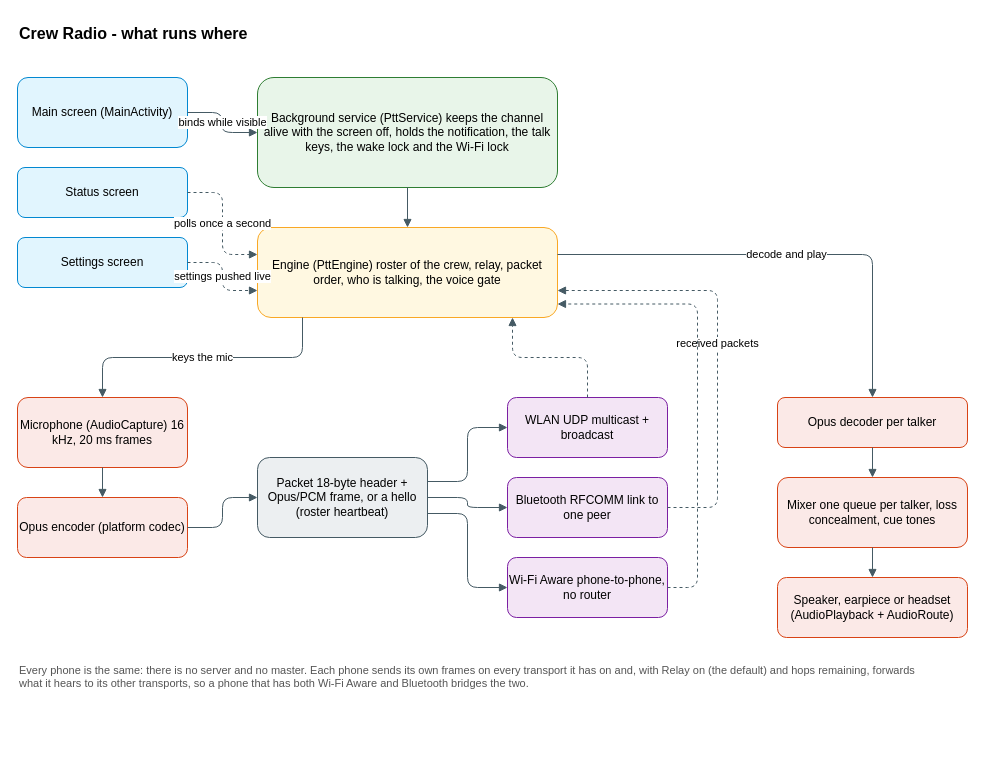
Before: docs/diagrams/architecture.drawio in KEGustafsson/crew-radio, a draw.io diagram. Source tidied: cells renumbered, new cells numbered last; positions are measured from the earlier drawing's top-left corner, leaving out a move shared by most shapes. Both pictures are drawn from the tidied source at 100%, with x=0, y=0 at pixel (17, 17).
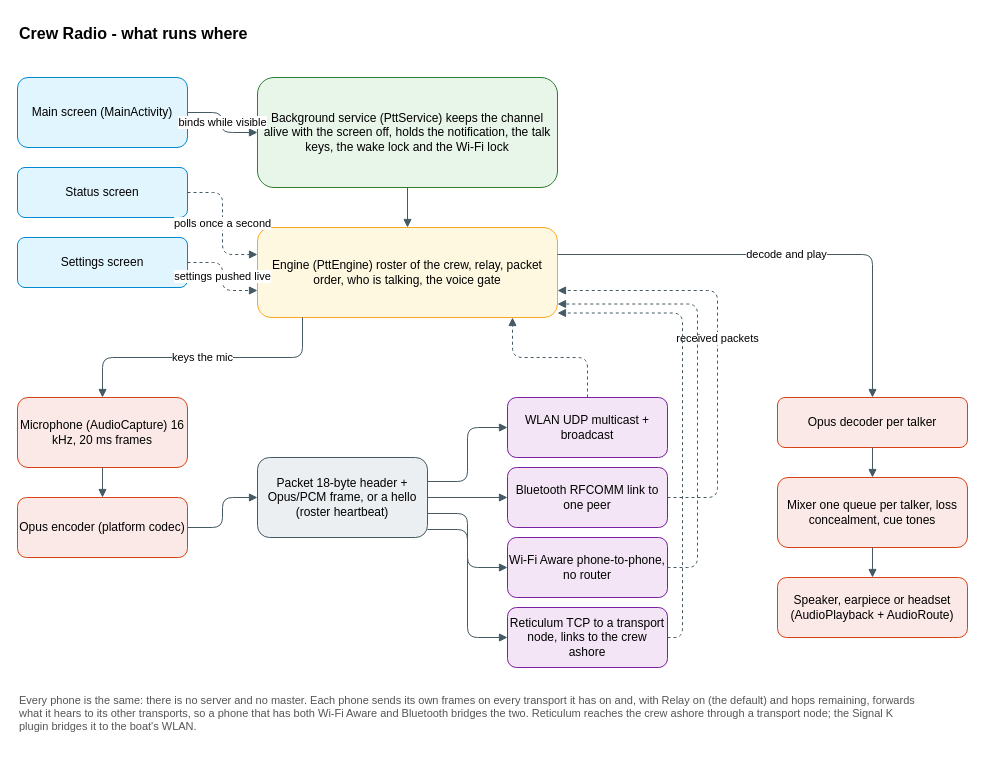
After the change.

Commit message (it also covers changes not shown here):
Diagrams: Reticulum in the architecture and links charts, four tiles in the plugin's pictures

The change refers to these unchanged cells:
```xml
<mxCell id="7" value="Engine (PttEngine) roster of the crew, relay, packet order, who is talking, the voice gate" style="rounded=1;whiteSpace=wrap;html=1;fontFamily=Helvetica;fontSize=12;fillColor=#FFF8E1;strokeColor=#F9A825;" parent="1" vertex="1">
  <mxGeometry x="240" y="210" width="300" height="90" as="geometry" />
</mxCell>
<mxCell id="10" value="Packet 18-byte header + Opus/PCM frame, or a hello (roster heartbeat)" style="rounded=1;whiteSpace=wrap;html=1;fontFamily=Helvetica;fontSize=12;fillColor=#ECEFF1;strokeColor=#455A64;" parent="1" vertex="1">
  <mxGeometry x="240" y="440" width="170" height="80" as="geometry" />
</mxCell>
<mxCell id="11" value="WLAN UDP multicast + broadcast" style="rounded=1;whiteSpace=wrap;html=1;fontFamily=Helvetica;fontSize=12;fillColor=#F3E5F5;strokeColor=#7B1FA2;" parent="1" vertex="1">
  <mxGeometry x="490" y="380" width="160" height="60" as="geometry" />
</mxCell>
<mxCell id="14" value="Opus decoder per talker" style="rounded=1;whiteSpace=wrap;html=1;fontFamily=Helvetica;fontSize=12;fillColor=#FBE9E7;strokeColor=#D84315;" parent="1" vertex="1">
  <mxGeometry x="760" y="380" width="190" height="50" as="geometry" />
</mxCell>
<mxCell id="15" value="Mixer one queue per talker, loss concealment, cue tones" style="rounded=1;whiteSpace=wrap;html=1;fontFamily=Helvetica;fontSize=12;fillColor=#FBE9E7;strokeColor=#D84315;" parent="1" vertex="1">
  <mxGeometry x="760" y="460" width="190" height="70" as="geometry" />
</mxCell>
<mxCell id="16" value="Speaker, earpiece or headset (AudioPlayback + AudioRoute)" style="rounded=1;whiteSpace=wrap;html=1;fontFamily=Helvetica;fontSize=12;fillColor=#FBE9E7;strokeColor=#D84315;" parent="1" vertex="1">
  <mxGeometry x="760" y="560" width="190" height="60" as="geometry" />
</mxCell>
```

What changed in the source:
```diff
@@
     <mxCell id="12" value="Bluetooth RFCOMM link to one peer" style="rounded=1;whiteSpace=wrap;html=1;fontFamily=Helvetica;fontSize=12;fillColor=#F3E5F5;strokeColor=#7B1FA2;" parent="1" vertex="1">
-      <mxGeometry x="490" y="460" width="160" height="60" as="geometry" />
+      <mxGeometry x="490" y="450" width="160" height="60" as="geometry" />
     </mxCell>
     <mxCell id="13" value="Wi-Fi Aware phone-to-phone, no router" style="rounded=1;whiteSpace=wrap;html=1;fontFamily=Helvetica;fontSize=12;fillColor=#F3E5F5;strokeColor=#7B1FA2;" parent="1" vertex="1">
-      <mxGeometry x="490" y="540" width="160" height="60" as="geometry" />
+      <mxGeometry x="490" y="520" width="160" height="60" as="geometry" />
     </mxCell>
+    <mxCell id="34" value="Reticulum TCP to a transport node, links to the crew ashore" style="rounded=1;whiteSpace=wrap;html=1;fontFamily=Helvetica;fontSize=12;fillColor=#F3E5F5;strokeColor=#7B1FA2;" parent="1" vertex="1">
+      <mxGeometry x="490" y="590" width="160" height="60" as="geometry" />
+    </mxCell>
@@
-    <mxCell id="17" value="Every phone is the same: there is no server and no master. Each phone sends its own frames on every transport it has on and, with Relay on (the default) and hops remaining, forwards what it hears to its other transports, so a phone that has both Wi-Fi Aware and Bluetooth bridges the two." style="text;html=1;align=left;verticalAlign=top;whiteSpace=wrap;fontFamily=Helvetica;fontSize=11;fontColor=#555555;" parent="1" vertex="1">
-      <mxGeometry y="640" width="900" height="60" as="geometry" />
+    <mxCell id="17" value="Every phone is the same: there is no server and no master. Each phone sends its own frames on every transport it has on and, with Relay on (the default) and hops remaining, forwards what it hears to its other transports, so a phone that has both Wi-Fi Aware and Bluetooth bridges the two. Reticulum reaches the crew ashore through a transport node; the Signal K plugin bridges it to the boat's WLAN." style="text;html=1;align=left;verticalAlign=top;whiteSpace=wrap;fontFamily=Helvetica;fontSize=11;fontColor=#555555;" parent="1" vertex="1">
+      <mxGeometry y="670" width="900" height="70" as="geometry" />
     </mxCell>
@@
-    <mxCell id="28" style="edgeStyle=orthogonalEdgeStyle;rounded=1;html=1;endArrow=block;endFill=1;fontFamily=Helvetica;fontSize=11;strokeColor=#455A64;dashed=1;exitX=0.5;exitY=0;entryX=0.85;entryY=1;" parent="1" edge="1" source="11" target="7">
+    <mxCell id="28" style="edgeStyle=orthogonalEdgeStyle;rounded=1;html=1;endArrow=block;endFill=1;fontFamily=Helvetica;fontSize=11;strokeColor=#455A64;exitX=1;exitY=0.9;entryX=0;entryY=0.5;" parent="1" edge="1" source="10" target="34">
       <mxGeometry relative="1" as="geometry" />
     </mxCell>
-    <mxCell id="29" value="received packets" style="edgeStyle=orthogonalEdgeStyle;rounded=1;html=1;endArrow=block;endFill=1;fontFamily=Helvetica;fontSize=11;strokeColor=#455A64;dashed=1;exitX=1;exitY=0.5;entryX=1;entryY=0.7;" parent="1" edge="1" source="12" target="7">
-      <mxGeometry relative="1" as="geometry">
-        <Array as="points">
-          <mxPoint x="700" y="490" />
-          <mxPoint x="700" y="273" />
-        </Array>
-      </mxGeometry>
+    <mxCell id="29" style="edgeStyle=orthogonalEdgeStyle;rounded=1;html=1;endArrow=block;endFill=1;fontFamily=Helvetica;fontSize=11;strokeColor=#455A64;dashed=1;exitX=0.5;exitY=0;entryX=0.85;entryY=1;" parent="1" edge="1" source="11" target="7">
+      <mxGeometry relative="1" as="geometry" />
     </mxCell>
-    <mxCell id="30" style="edgeStyle=orthogonalEdgeStyle;rounded=1;html=1;endArrow=block;endFill=1;fontFamily=Helvetica;fontSize=11;strokeColor=#455A64;dashed=1;exitX=1;exitY=0.5;entryX=1;entryY=0.85;" parent="1" edge="1" source="13" target="7">
+    <mxCell id="30" value="received packets" style="edgeStyle=orthogonalEdgeStyle;rounded=1;html=1;endArrow=block;endFill=1;fontFamily=Helvetica;fontSize=11;strokeColor=#455A64;dashed=1;exitX=1;exitY=0.5;entryX=1;entryY=0.7;" parent="1" edge="1" source="12" target="7">
       <mxGeometry relative="1" as="geometry">
         <Array as="points">
-          <mxPoint x="680" y="570" />
-          <mxPoint x="680" y="286" />
+          <mxPoint x="700" y="480" />
+          <mxPoint x="700" y="273" />
         </Array>
       </mxGeometry>
     </mxCell>
-    <mxCell id="31" value="decode and play" style="edgeStyle=orthogonalEdgeStyle;rounded=1;html=1;endArrow=block;endFill=1;fontFamily=Helvetica;fontSize=11;strokeColor=#455A64;exitX=1;exitY=0.3;entryX=0.5;entryY=0;" parent="1" edge="1" source="7" target="14">
-      <mxGeometry relative="1" as="geometry" />
+    <mxCell id="31" style="edgeStyle=orthogonalEdgeStyle;rounded=1;html=1;endArrow=block;endFill=1;fontFamily=Helvetica;fontSize=11;strokeColor=#455A64;dashed=1;exitX=1;exitY=0.5;entryX=1;entryY=0.85;" parent="1" edge="1" source="13" target="7">
+      <mxGeometry relative="1" as="geometry">
+        <Array as="points">
+          <mxPoint x="680" y="550" />
+          <mxPoint x="680" y="286" />
+        </Array>
+      </mxGeometry>
     </mxCell>
-    <mxCell id="32" style="edgeStyle=orthogonalEdgeStyle;rounded=1;html=1;endArrow=block;endFill=1;fontFamily=Helvetica;fontSize=11;strokeColor=#455A64;" parent="1" edge="1" source="14" target="15">
-      <mxGeometry relative="1" as="geometry" />
+    <mxCell id="32" style="edgeStyle=orthogonalEdgeStyle;rounded=1;html=1;endArrow=block;endFill=1;fontFamily=Helvetica;fontSize=11;strokeColor=#455A64;dashed=1;exitX=1;exitY=0.5;entryX=1;entryY=0.95;" parent="1" edge="1" source="34" target="7">
+      <mxGeometry relative="1" as="geometry">
+        <Array as="points">
+          <mxPoint x="665" y="620" />
+          <mxPoint x="665" y="295" />
+        </Array>
+      </mxGeometry>
     </mxCell>
-    <mxCell id="33" style="edgeStyle=orthogonalEdgeStyle;rounded=1;html=1;endArrow=block;endFill=1;fontFamily=Helvetica;fontSize=11;strokeColor=#455A64;" parent="1" edge="1" source="15" target="16">
+    <mxCell id="33" value="decode and play" style="edgeStyle=orthogonalEdgeStyle;rounded=1;html=1;endArrow=block;endFill=1;fontFamily=Helvetica;fontSize=11;strokeColor=#455A64;exitX=1;exitY=0.3;entryX=0.5;entryY=0;" parent="1" edge="1" source="7" target="14">
       <mxGeometry relative="1" as="geometry" />
     </mxCell>
+    <mxCell id="35" style="edgeStyle=orthogonalEdgeStyle;rounded=1;html=1;endArrow=block;endFill=1;fontFamily=Helvetica;fontSize=11;strokeColor=#455A64;" parent="1" edge="1" source="14" target="15">
+      <mxGeometry relative="1" as="geometry" />
+    </mxCell>
+    <mxCell id="36" style="edgeStyle=orthogonalEdgeStyle;rounded=1;html=1;endArrow=block;endFill=1;fontFamily=Helvetica;fontSize=11;strokeColor=#455A64;" parent="1" edge="1" source="15" target="16">
+      <mxGeometry relative="1" as="geometry" />
+    </mxCell>
```
